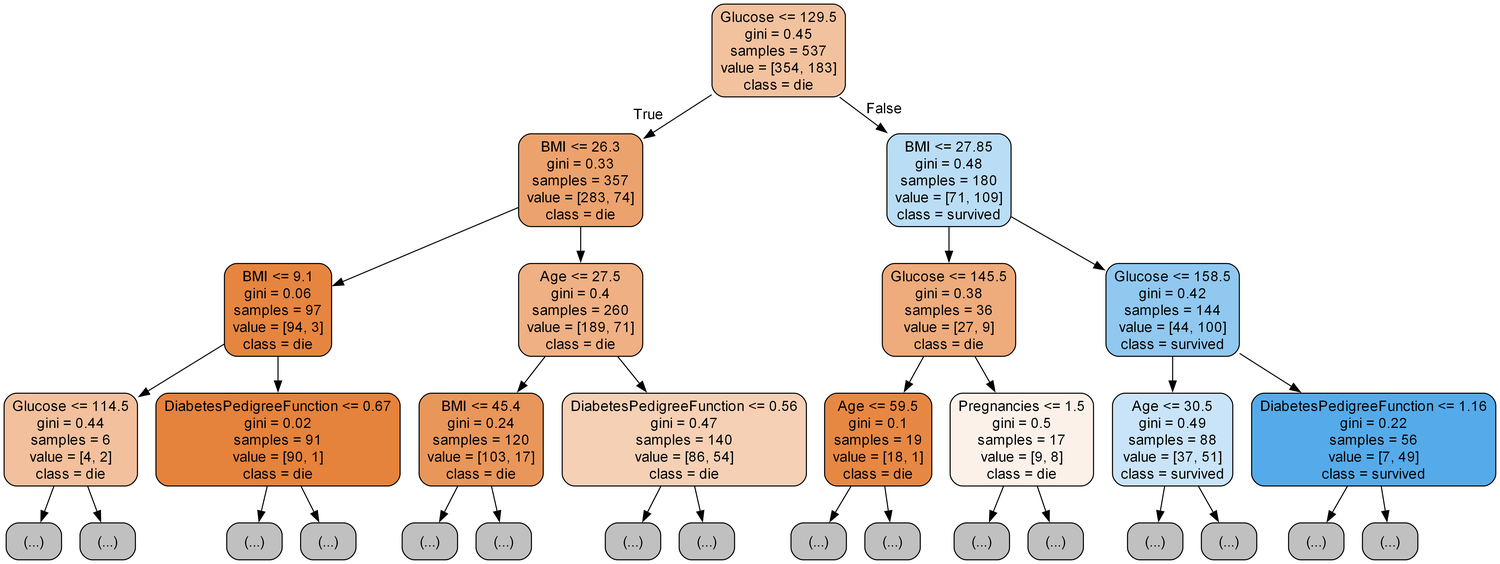
YY2mk/KT_aivle keeps this Graphviz diagram as machine_learning/DX_머신러닝_실습자료/익히기/tree.png. Above is the earlier version. Its source is kept beside it as machine_learning/DX_머신러닝_실습자료/익히기/tree.dot. Its diagram source:
```dot
digraph Tree {
node [shape=box, style="filled, rounded", color="black", fontname="helvetica"] ;
edge [fontname="helvetica"] ;
0 [label="Glucose <= 129.5\ngini = 0.45\nsamples = 537\nvalue = [354, 183]\nclass = die", fillcolor="#f2c29f"] ;
1 [label="BMI <= 26.3\ngini = 0.33\nsamples = 357\nvalue = [283, 74]\nclass = die", fillcolor="#eca26d"] ;
0 -> 1 [labeldistance=2.5, labelangle=45, headlabel="True"] ;
2 [label="BMI <= 9.1\ngini = 0.06\nsamples = 97\nvalue = [94, 3]\nclass = die", fillcolor="#e6853f"] ;
1 -> 2 ;
3 [label="Glucose <= 114.5\ngini = 0.44\nsamples = 6\nvalue = [4, 2]\nclass = die", fillcolor="#f2c09c"] ;
2 -> 3 ;
4 [label="(...)", fillcolor="#C0C0C0"] ;
3 -> 4 ;
5 [label="(...)", fillcolor="#C0C0C0"] ;
3 -> 5 ;
6 [label="DiabetesPedigreeFunction <= 0.67\ngini = 0.02\nsamples = 91\nvalue = [90, 1]\nclass = die", fillcolor="#e5823b"] ;
2 -> 6 ;
7 [label="(...)", fillcolor="#C0C0C0"] ;
6 -> 7 ;
8 [label="(...)", fillcolor="#C0C0C0"] ;
6 -> 8 ;
11 [label="Age <= 27.5\ngini = 0.4\nsamples = 260\nvalue = [189, 71]\nclass = die", fillcolor="#efb083"] ;
1 -> 11 ;
12 [label="BMI <= 45.4\ngini = 0.24\nsamples = 120\nvalue = [103, 17]\nclass = die", fillcolor="#e9965a"] ;
11 -> 12 ;
13 [label="(...)", fillcolor="#C0C0C0"] ;
12 -> 13 ;
16 [label="(...)", fillcolor="#C0C0C0"] ;
12 -> 16 ;
19 [label="DiabetesPedigreeFunction <= 0.56\ngini = 0.47\nsamples = 140\nvalue = [86, 54]\nclass = die", fillcolor="#f5d0b5"] ;
11 -> 19 ;
20 [label="(...)", fillcolor="#C0C0C0"] ;
19 -> 20 ;
23 [label="(...)", fillcolor="#C0C0C0"] ;
19 -> 23 ;
26 [label="BMI <= 27.85\ngini = 0.48\nsamples = 180\nvalue = [71, 109]\nclass = survived", fillcolor="#baddf6"] ;
0 -> 26 [labeldistance=2.5, labelangle=-45, headlabel="False"] ;
27 [label="Glucose <= 145.5\ngini = 0.38\nsamples = 36\nvalue = [27, 9]\nclass = die", fillcolor="#eeab7b"] ;
26 -> 27 ;
28 [label="Age <= 59.5\ngini = 0.1\nsamples = 19\nvalue = [18, 1]\nclass = die", fillcolor="#e68844"] ;
27 -> 28 ;
29 [label="(...)", fillcolor="#C0C0C0"] ;
28 -> 29 ;
30 [label="(...)", fillcolor="#C0C0C0"] ;
28 -> 30 ;
33 [label="Pregnancies <= 1.5\ngini = 0.5\nsamples = 17\nvalue = [9, 8]\nclass = die", fillcolor="#fcf1e9"] ;
27 -> 33 ;
34 [label="(...)", fillcolor="#C0C0C0"] ;
33 -> 34 ;
35 [label="(...)", fillcolor="#C0C0C0"] ;
33 -> 35 ;
38 [label="Glucose <= 158.5\ngini = 0.42\nsamples = 144\nvalue = [44, 100]\nclass = survived", fillcolor="#90c8f0"] ;
26 -> 38 ;
39 [label="Age <= 30.5\ngini = 0.49\nsamples = 88\nvalue = [37, 51]\nclass = survived", fillcolor="#c9e4f8"] ;
38 -> 39 ;
40 [label="(...)", fillcolor="#C0C0C0"] ;
39 -> 40 ;
43 [label="(...)", fillcolor="#C0C0C0"] ;
39 -> 43 ;
46 [label="DiabetesPedigreeFunction <= 1.16\ngini = 0.22\nsamples = 56\nvalue = [7, 49]\nclass = survived", fillcolor="#55abe9"] ;
38 -> 46 ;
47 [label="(...)", fillcolor="#C0C0C0"] ;
46 -> 47 ;
50 [label="(...)", fillcolor="#C0C0C0"] ;
46 -> 50 ;
}
```
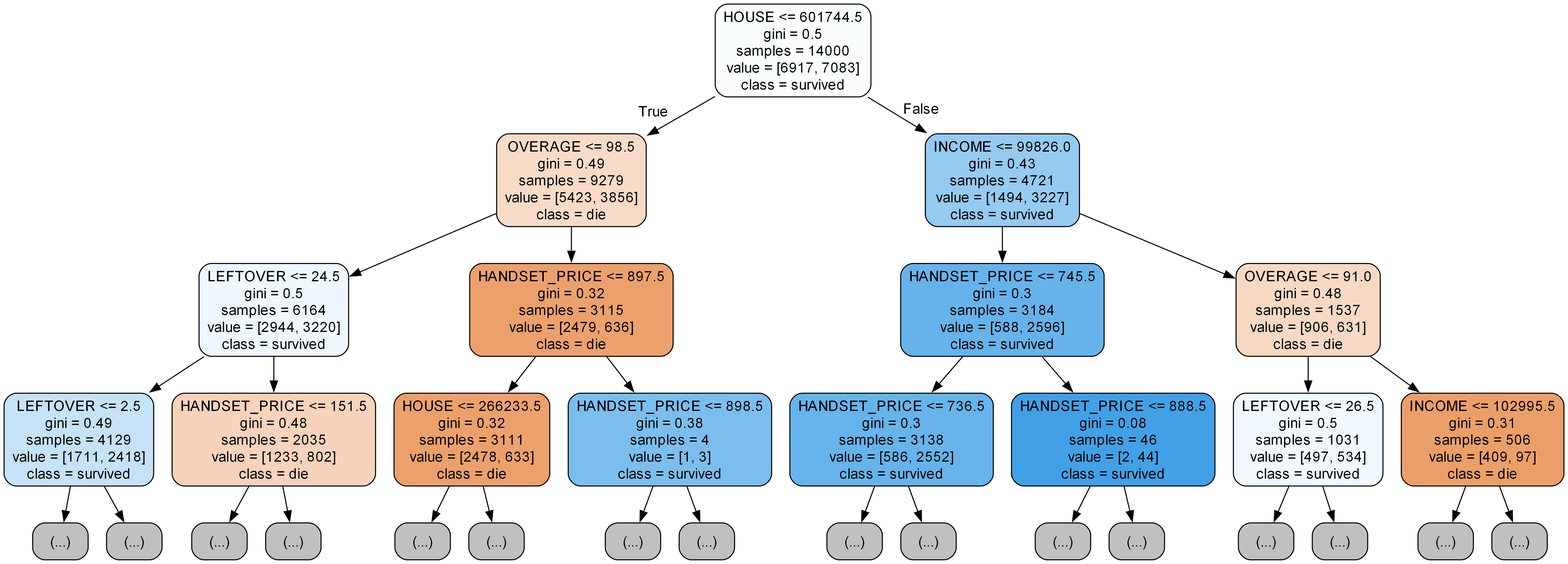
Later version of the same file.

Change to the diagram source:
```diff
@@ -1,65 +1,65 @@
 digraph Tree {
 node [shape=box, style="filled, rounded", color="black", fontname="helvetica"] ;
 edge [fontname="helvetica"] ;
-0 [label="Glucose <= 129.5\ngini = 0.45\nsamples = 537\nvalue = [354, 183]\nclass = die", fillcolor="#f2c29f"] ;
-1 [label="BMI <= 26.3\ngini = 0.33\nsamples = 357\nvalue = [283, 74]\nclass = die", fillcolor="#eca26d"] ;
+0 [label="HOUSE <= 601744.5\ngini = 0.5\nsamples = 14000\nvalue = [6917, 7083]\nclass = survived", fillcolor="#fafdfe"] ;
+1 [label="OVERAGE <= 98.5\ngini = 0.49\nsamples = 9279\nvalue = [5423, 3856]\nclass = die", fillcolor="#f7dbc6"] ;
 0 -> 1 [labeldistance=2.5, labelangle=45, headlabel="True"] ;
-2 [label="BMI <= 9.1\ngini = 0.06\nsamples = 97\nvalue = [94, 3]\nclass = die", fillcolor="#e6853f"] ;
+2 [label="LEFTOVER <= 24.5\ngini = 0.5\nsamples = 6164\nvalue = [2944, 3220]\nclass = survived", fillcolor="#eef7fd"] ;
 1 -> 2 ;
-3 [label="Glucose <= 114.5\ngini = 0.44\nsamples = 6\nvalue = [4, 2]\nclass = die", fillcolor="#f2c09c"] ;
+3 [label="LEFTOVER <= 2.5\ngini = 0.49\nsamples = 4129\nvalue = [1711, 2418]\nclass = survived", fillcolor="#c5e2f7"] ;
 2 -> 3 ;
 4 [label="(...)", fillcolor="#C0C0C0"] ;
 3 -> 4 ;
-5 [label="(...)", fillcolor="#C0C0C0"] ;
-3 -> 5 ;
-6 [label="DiabetesPedigreeFunction <= 0.67\ngini = 0.02\nsamples = 91\nvalue = [90, 1]\nclass = die", fillcolor="#e5823b"] ;
-2 -> 6 ;
 7 [label="(...)", fillcolor="#C0C0C0"] ;
-6 -> 7 ;
-8 [label="(...)", fillcolor="#C0C0C0"] ;
-6 -> 8 ;
-11 [label="Age <= 27.5\ngini = 0.4\nsamples = 260\nvalue = [189, 71]\nclass = die", fillcolor="#efb083"] ;
-1 -> 11 ;
-12 [label="BMI <= 45.4\ngini = 0.24\nsamples = 120\nvalue = [103, 17]\nclass = die", fillcolor="#e9965a"] ;
-11 -> 12 ;
-13 [label="(...)", fillcolor="#C0C0C0"] ;
-12 -> 13 ;
-16 [label="(...)", fillcolor="#C0C0C0"] ;
-12 -> 16 ;
-19 [label="DiabetesPedigreeFunction <= 0.56\ngini = 0.47\nsamples = 140\nvalue = [86, 54]\nclass = die", fillcolor="#f5d0b5"] ;
-11 -> 19 ;
-20 [label="(...)", fillcolor="#C0C0C0"] ;
-19 -> 20 ;
-23 [label="(...)", fillcolor="#C0C0C0"] ;
-19 -> 23 ;
-26 [label="BMI <= 27.85\ngini = 0.48\nsamples = 180\nvalue = [71, 109]\nclass = survived", fillcolor="#baddf6"] ;
-0 -> 26 [labeldistance=2.5, labelangle=-45, headlabel="False"] ;
-27 [label="Glucose <= 145.5\ngini = 0.38\nsamples = 36\nvalue = [27, 9]\nclass = die", fillcolor="#eeab7b"] ;
-26 -> 27 ;
-28 [label="Age <= 59.5\ngini = 0.1\nsamples = 19\nvalue = [18, 1]\nclass = die", fillcolor="#e68844"] ;
-27 -> 28 ;
-29 [label="(...)", fillcolor="#C0C0C0"] ;
+3 -> 7 ;
+10 [label="HANDSET_PRICE <= 151.5\ngini = 0.48\nsamples = 2035\nvalue = [1233, 802]\nclass = die", fillcolor="#f6d3ba"] ;
+2 -> 10 ;
+11 [label="(...)", fillcolor="#C0C0C0"] ;
+10 -> 11 ;
+14 [label="(...)", fillcolor="#C0C0C0"] ;
+10 -> 14 ;
+17 [label="HANDSET_PRICE <= 897.5\ngini = 0.32\nsamples = 3115\nvalue = [2479, 636]\nclass = die", fillcolor="#eca16c"] ;
+1 -> 17 ;
+18 [label="HOUSE <= 266233.5\ngini = 0.32\nsamples = 3111\nvalue = [2478, 633]\nclass = die", fillcolor="#eca16c"] ;
+17 -> 18 ;
+19 [label="(...)", fillcolor="#C0C0C0"] ;
+18 -> 19 ;
+22 [label="(...)", fillcolor="#C0C0C0"] ;
+18 -> 22 ;
+25 [label="HANDSET_PRICE <= 898.5\ngini = 0.38\nsamples = 4\nvalue = [1, 3]\nclass = survived", fillcolor="#7bbeee"] ;
+17 -> 25 ;
+26 [label="(...)", fillcolor="#C0C0C0"] ;
+25 -> 26 ;
+27 [label="(...)", fillcolor="#C0C0C0"] ;
+25 -> 27 ;
+28 [label="INCOME <= 99826.0\ngini = 0.43\nsamples = 4721\nvalue = [1494, 3227]\nclass = survived", fillcolor="#95caf1"] ;
+0 -> 28 [labeldistance=2.5, labelangle=-45, headlabel="False"] ;
+29 [label="HANDSET_PRICE <= 745.5\ngini = 0.3\nsamples = 3184\nvalue = [588, 2596]\nclass = survived", fillcolor="#66b3eb"] ;
 28 -> 29 ;
-30 [label="(...)", fillcolor="#C0C0C0"] ;
-28 -> 30 ;
-33 [label="Pregnancies <= 1.5\ngini = 0.5\nsamples = 17\nvalue = [9, 8]\nclass = die", fillcolor="#fcf1e9"] ;
-27 -> 33 ;
+30 [label="HANDSET_PRICE <= 736.5\ngini = 0.3\nsamples = 3138\nvalue = [586, 2552]\nclass = survived", fillcolor="#66b4eb"] ;
+29 -> 30 ;
+31 [label="(...)", fillcolor="#C0C0C0"] ;
+30 -> 31 ;
 34 [label="(...)", fillcolor="#C0C0C0"] ;
-33 -> 34 ;
-35 [label="(...)", fillcolor="#C0C0C0"] ;
-33 -> 35 ;
-38 [label="Glucose <= 158.5\ngini = 0.42\nsamples = 144\nvalue = [44, 100]\nclass = survived", fillcolor="#90c8f0"] ;
-26 -> 38 ;
-39 [label="Age <= 30.5\ngini = 0.49\nsamples = 88\nvalue = [37, 51]\nclass = survived", fillcolor="#c9e4f8"] ;
-38 -> 39 ;
-40 [label="(...)", fillcolor="#C0C0C0"] ;
-39 -> 40 ;
-43 [label="(...)", fillcolor="#C0C0C0"] ;
-39 -> 43 ;
-46 [label="DiabetesPedigreeFunction <= 1.16\ngini = 0.22\nsamples = 56\nvalue = [7, 49]\nclass = survived", fillcolor="#55abe9"] ;
-38 -> 46 ;
+30 -> 34 ;
+35 [label="HANDSET_PRICE <= 888.5\ngini = 0.08\nsamples = 46\nvalue = [2, 44]\nclass = survived", fillcolor="#42a1e6"] ;
+29 -> 35 ;
+36 [label="(...)", fillcolor="#C0C0C0"] ;
+35 -> 36 ;
+39 [label="(...)", fillcolor="#C0C0C0"] ;
+35 -> 39 ;
+42 [label="OVERAGE <= 91.0\ngini = 0.48\nsamples = 1537\nvalue = [906, 631]\nclass = die", fillcolor="#f7d9c3"] ;
+28 -> 42 ;
+43 [label="LEFTOVER <= 26.5\ngini = 0.5\nsamples = 1031\nvalue = [497, 534]\nclass = survived", fillcolor="#f1f8fd"] ;
+42 -> 43 ;
+44 [label="(...)", fillcolor="#C0C0C0"] ;
+43 -> 44 ;
 47 [label="(...)", fillcolor="#C0C0C0"] ;
-46 -> 47 ;
-50 [label="(...)", fillcolor="#C0C0C0"] ;
-46 -> 50 ;
+43 -> 47 ;
+50 [label="INCOME <= 102995.5\ngini = 0.31\nsamples = 506\nvalue = [409, 97]\nclass = die", fillcolor="#eb9f68"] ;
+42 -> 50 ;
+51 [label="(...)", fillcolor="#C0C0C0"] ;
+50 -> 51 ;
+54 [label="(...)", fillcolor="#C0C0C0"] ;
+50 -> 54 ;
 }
```
